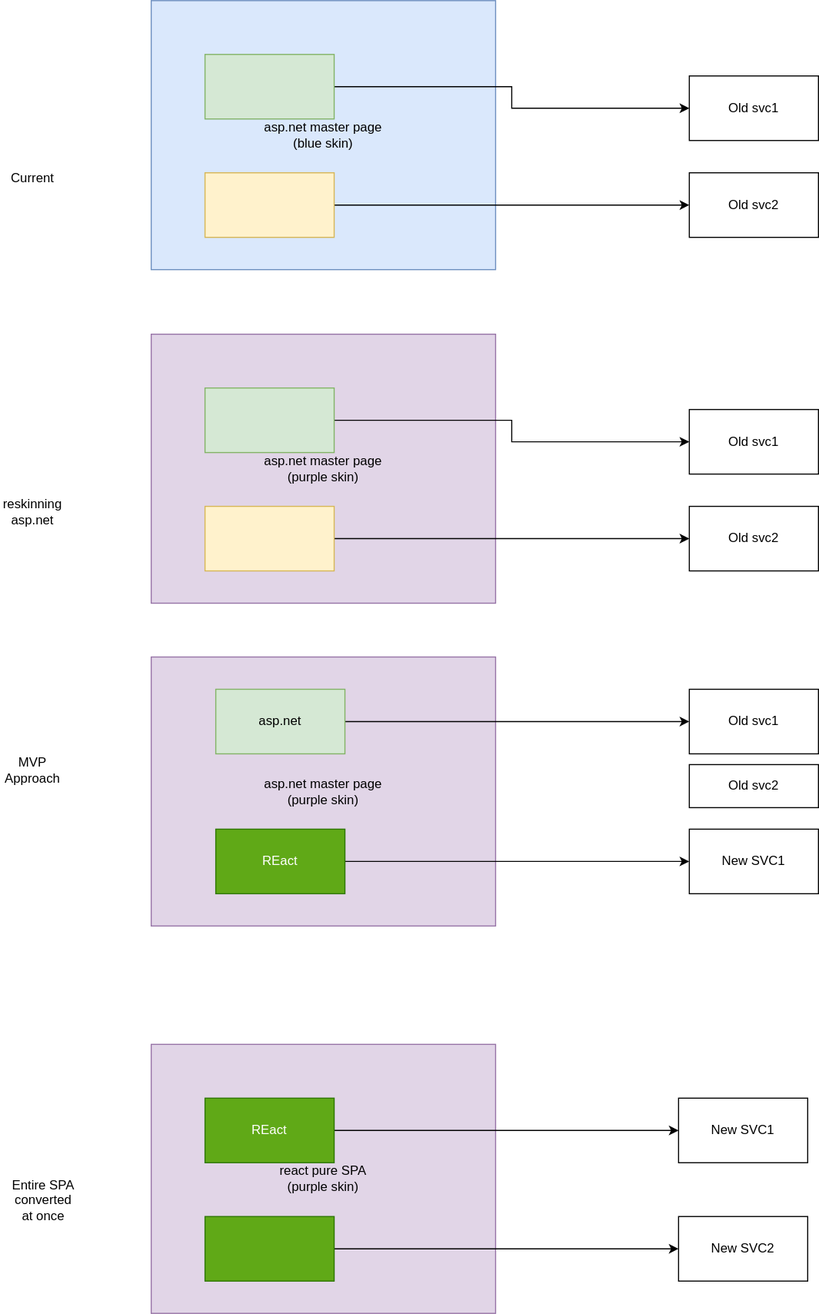
Earlier version of the draw.io export microservices/reactreskinning.svg (vjavle/invoicecloud). Source tidied: cells renumbered, new cells last; positions are measured from the earlier drawing's top-left corner, leaving out a move shared by most shapes.
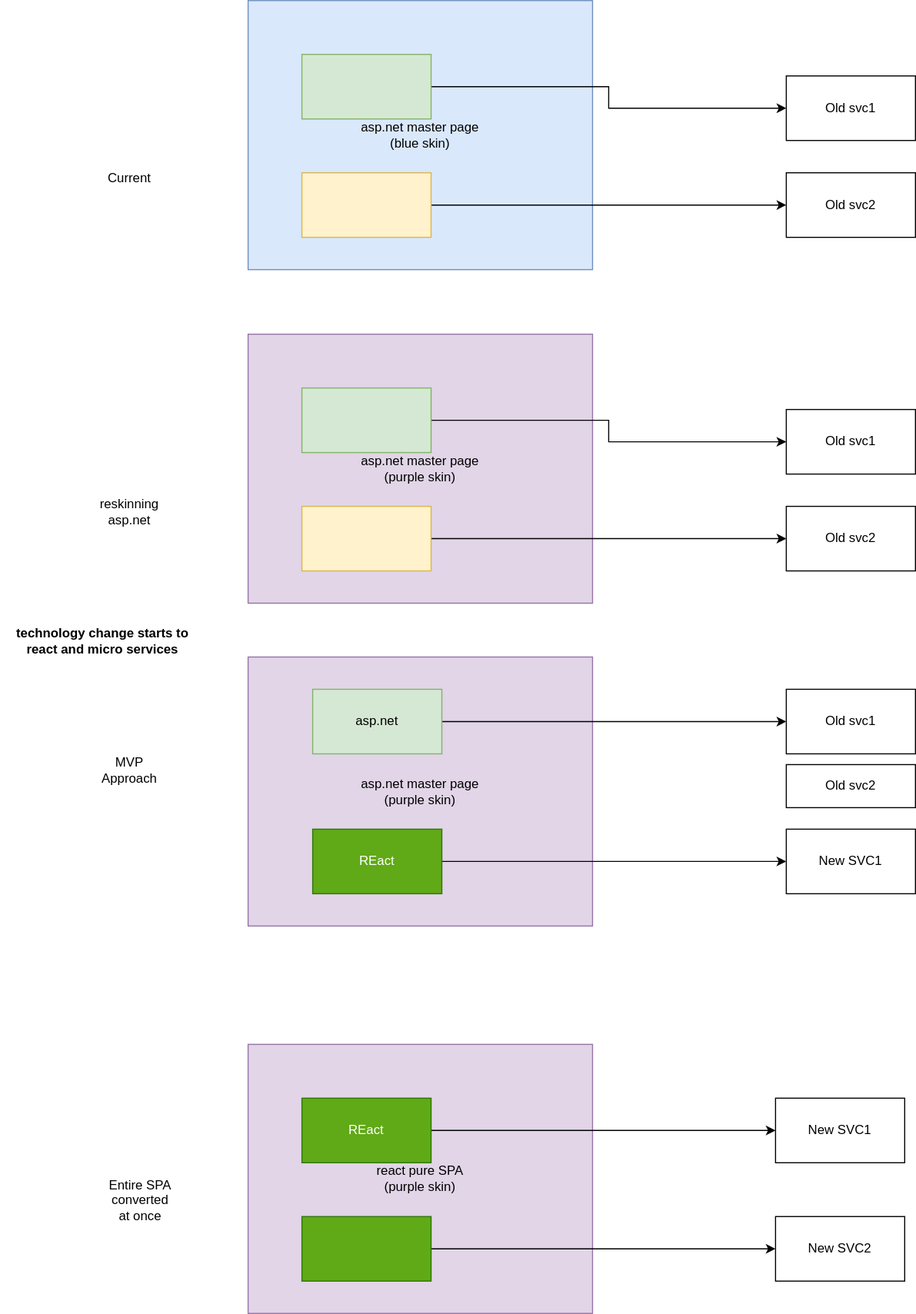
The same diagram one commit later.

Diff of the diagram source:
```diff
@@ -101,5 +101,8 @@
     <mxCell id="34" value="Current" style="text;html=1;strokeColor=none;fillColor=none;align=center;verticalAlign=middle;whiteSpace=wrap;rounded=0;" parent="1" vertex="1">
       <mxGeometry y="150" width="60" height="30" as="geometry" />
     </mxCell>
+    <mxCell id="35" value="technology change starts to react and micro services" style="text;html=1;strokeColor=none;fillColor=none;align=center;verticalAlign=middle;whiteSpace=wrap;rounded=0;fontStyle=1;" parent="1" vertex="1">
+      <mxGeometry x="-90" y="552.5" width="190" height="85" as="geometry" />
+    </mxCell>
   </root>
 </mxGraphModel>
```
